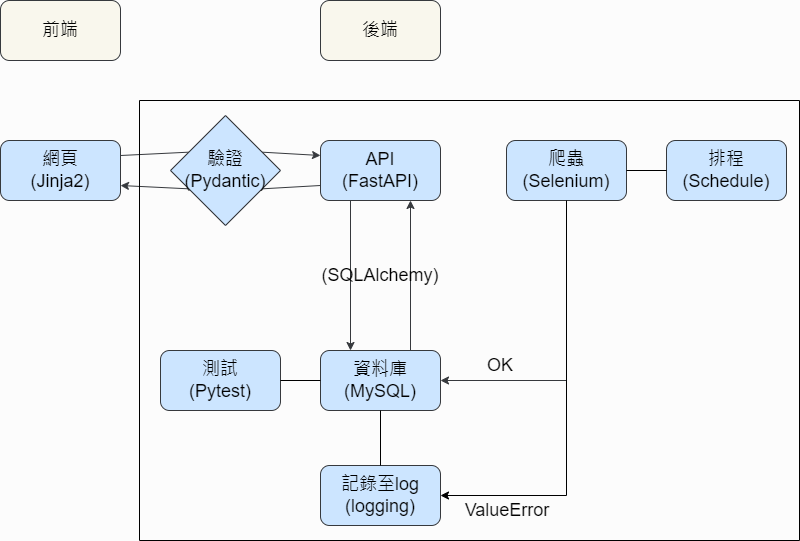
This is image/架構.png from wosamar/web-crawler, a draw.io export, as it was before one commit. Source tidied: cells renumbered, new cells last; positions are measured from the earlier drawing's top-left corner, leaving out a move shared by most shapes.
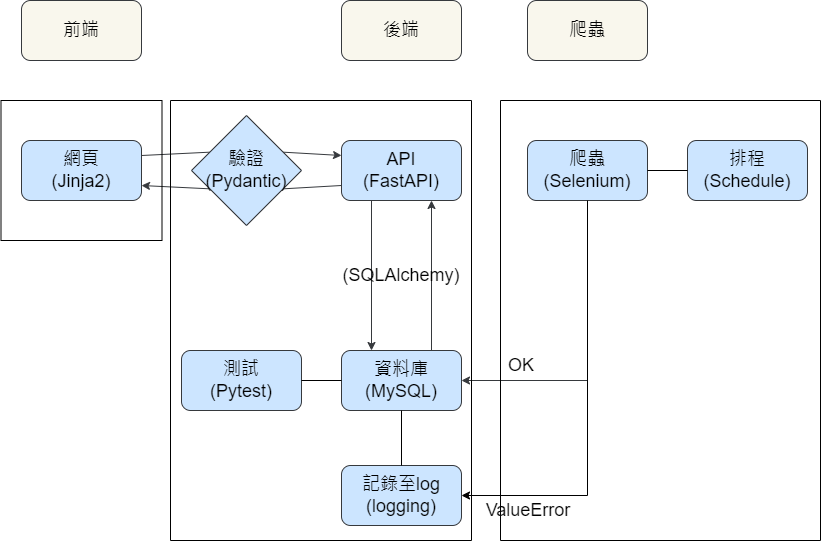
After the change.

Diff of the diagram source:
```diff
@@ -1,4 +1,4 @@
-<mxGraphModel background="#FCFCFC">
+<mxGraphModel>
   <root>
     <mxCell id="0" />
     <mxCell id="1" parent="0" />
@@ -29,14 +29,14 @@
     <mxCell id="10" style="endArrow=classic;html=1;rounded=0;fontSize=18;entryX=0.75;entryY=1;entryDx=0;entryDy=0;exitX=0.75;exitY=0;exitDx=0;exitDy=0;fillColor=#cce5ff;strokeColor=#36393d;" parent="1" edge="1" source="6" target="7">
       <mxGeometry relative="1" as="geometry" />
     </mxCell>
-    <mxCell id="11" style="endArrow=classic;html=1;rounded=0;fontSize=18;entryX=1;entryY=0.5;entryDx=0;entryDy=0;fillColor=#cce5ff;strokeColor=#36393d;startArrow=none;exitX=0.5;exitY=1;exitDx=0;exitDy=0;" parent="1" edge="1" target="6">
-      <mxGeometry relative="1" as="geometry">
-        <mxPoint x="566" y="340" as="sourcePoint" />
-        <Array as="points">
-          <mxPoint x="566" y="380" />
-        </Array>
-      </mxGeometry>
-    </mxCell>
+    <mxCell id="27" style="endArrow=classic;html=1;rounded=0;fontSize=18;entryX=1;entryY=0.5;entryDx=0;entryDy=0;fillColor=#cce5ff;strokeColor=#36393d;startArrow=none;exitX=0.5;exitY=1;exitDx=0;exitDy=0;" parent="1" edge="1" target="6">
+      <mxGeometry relative="1" as="geometry">
+        <mxPoint x="566" y="340" as="sourcePoint" />
+        <Array as="points">
+          <mxPoint x="566" y="380" />
+        </Array>
+      </mxGeometry>
+    </mxCell>
     <mxCell id="12" style="endArrow=classic;html=1;rounded=0;fontSize=18;exitX=1;exitY=0.25;exitDx=0;exitDy=0;entryX=0;entryY=0.25;entryDx=0;entryDy=0;fillColor=#cce5ff;strokeColor=#36393d;startArrow=none;" parent="1" edge="1" source="17" target="7">
       <mxGeometry relative="1" as="geometry" />
     </mxCell>
@@ -83,8 +83,17 @@
     <mxCell id="25" style="endArrow=none;html=1;rounded=0;entryX=1;entryY=0.5;entryDx=0;entryDy=0;" parent="1" edge="1" source="6" target="23">
       <mxGeometry relative="1" as="geometry" />
     </mxCell>
-    <mxCell id="26" style="swimlane;startSize=0;fontSize=18;" parent="1" vertex="1">
-      <mxGeometry x="139" y="100" width="660" height="440" as="geometry" />
-    </mxCell>
+    <mxCell id="28" style="swimlane;startSize=0;fontSize=18;" parent="1" vertex="1">
+      <mxGeometry x="479" y="100" width="320" height="440" as="geometry" />
+    </mxCell>
+    <mxCell id="29" value="&lt;font style=&quot;font-size: 18px;&quot;&gt;爬蟲&lt;/font&gt;" style="rounded=1;whiteSpace=wrap;html=1;fillColor=#f9f7ed;strokeColor=#36393d;" parent="1" vertex="1">
+      <mxGeometry x="506" width="120" height="60" as="geometry" />
+    </mxCell>
+    <mxCell id="30" style="swimlane;startSize=0;fontSize=18;" parent="1" vertex="1">
+      <mxGeometry x="149" y="100" width="301" height="440" as="geometry" />
+    </mxCell>
+    <mxCell id="31" style="swimlane;startSize=0;fontSize=18;" parent="1" vertex="1">
+      <mxGeometry x="-20.5" y="100" width="161" height="140" as="geometry" />
+    </mxCell>
   </root>
 </mxGraphModel>
```
